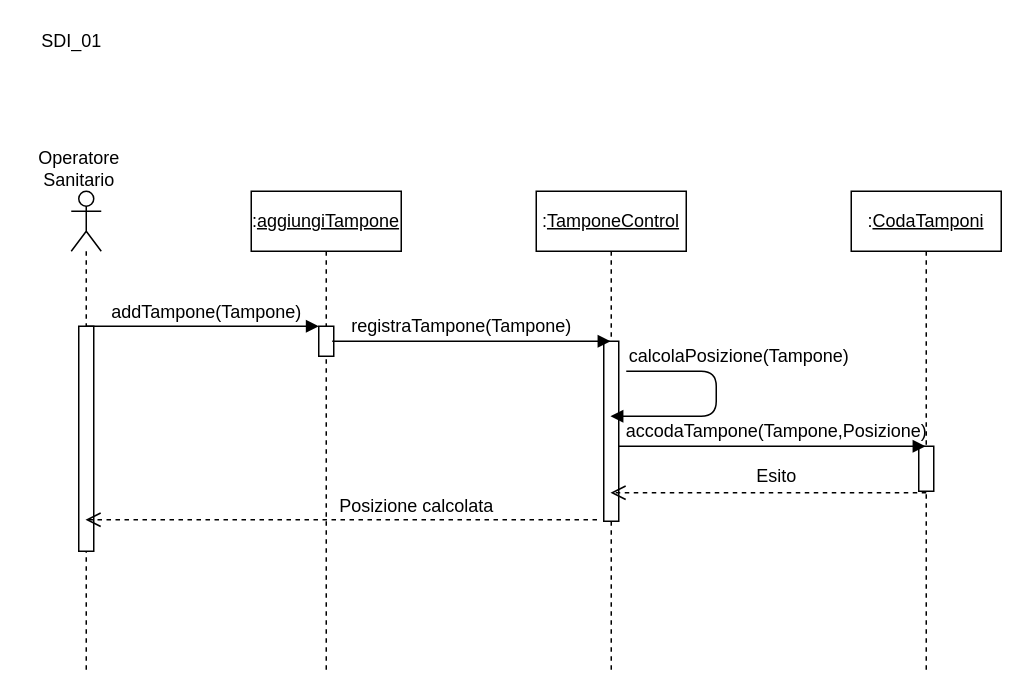
Above: page "UCI_01 Sequence" (3 of 8) of Diagrammi/Sequence Diagram.drawio in lorycris99/Team-HILO (draw.io), before the change. Source tidied: cells renumbered, new cells numbered last; positions are measured from the earlier drawing's top-left corner, leaving out a move shared by most shapes. Both pictures are drawn from the tidied source at 150%, with x=0, y=0 at pixel (26, 26).
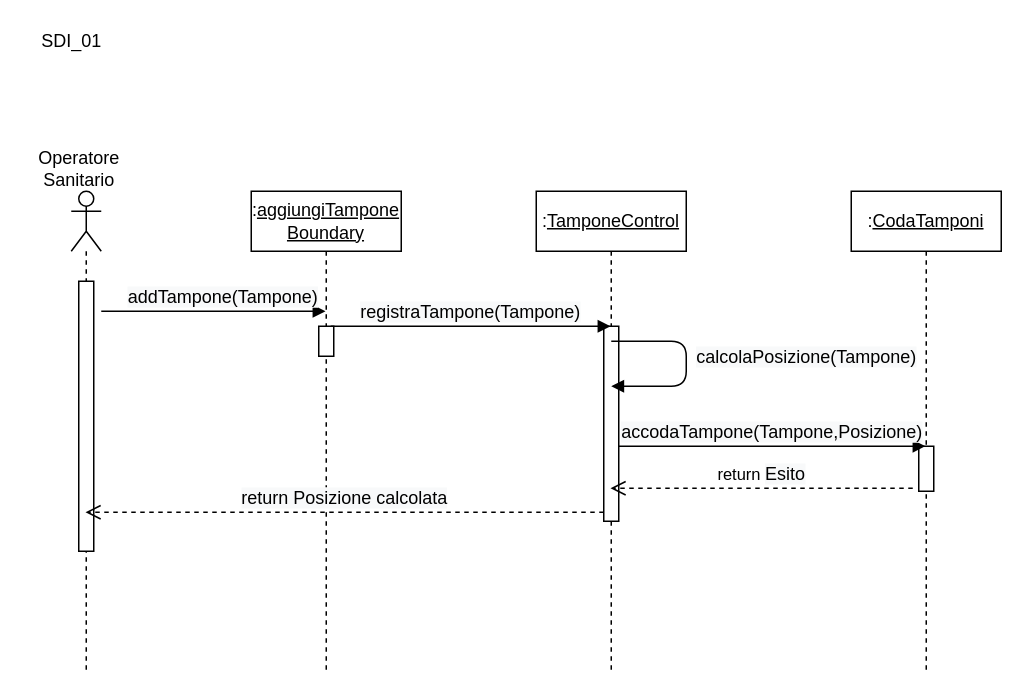
The same page after the edit.

The change refers to these unchanged cells:
```xml
<mxCell id="2" style="shape=umlLifeline;participant=umlActor;perimeter=lifelinePerimeter;whiteSpace=wrap;html=1;verticalAlign=top;spacingTop=36;outlineConnect=0;" parent="1" vertex="1">
  <mxGeometry x="30" y="110" width="20" height="320" as="geometry" />
</mxCell>
<mxCell id="5" style="html=1;points=[];perimeter=orthogonalPerimeter;" parent="4" vertex="1">
  <mxGeometry x="45" y="90" width="10" height="20" as="geometry" />
</mxCell>
<mxCell id="7" value=":&lt;u&gt;TamponeControl&lt;/u&gt;" style="shape=umlLifeline;perimeter=lifelinePerimeter;whiteSpace=wrap;html=1;outlineConnect=0;" parent="1" vertex="1">
  <mxGeometry x="340" y="110" width="100" height="320" as="geometry" />
</mxCell>
<mxCell id="9" value=":&lt;u&gt;CodaTamponi&lt;/u&gt;" style="shape=umlLifeline;perimeter=lifelinePerimeter;whiteSpace=wrap;html=1;outlineConnect=0;" parent="1" vertex="1">
  <mxGeometry x="550" y="110" width="100" height="320" as="geometry" />
</mxCell>
<mxCell id="10" style="html=1;points=[];perimeter=orthogonalPerimeter;" parent="9" vertex="1">
  <mxGeometry x="45" y="170" width="10" height="30" as="geometry" />
</mxCell>
```

What changed in the source:
```diff
@@
     <mxCell id="3" style="html=1;perimeter=orthogonalPerimeter;" parent="2" vertex="1">
-      <mxGeometry x="5" y="90" width="10" height="150" as="geometry" />
+      <mxGeometry x="5" y="60" width="10" height="180" as="geometry" />
     </mxCell>
-    <mxCell id="4" value=":&lt;u&gt;aggiungiTampone&lt;/u&gt;" style="shape=umlLifeline;perimeter=lifelinePerimeter;whiteSpace=wrap;html=1;outlineConnect=0;" parent="1" vertex="1">
+    <mxCell id="4" value=":&lt;u&gt;aggiungiTampone&lt;br&gt;Boundary&lt;br&gt;&lt;/u&gt;" style="shape=umlLifeline;perimeter=lifelinePerimeter;whiteSpace=wrap;html=1;outlineConnect=0;" parent="1" vertex="1">
       <mxGeometry x="150" y="110" width="100" height="320" as="geometry" />
     </mxCell>
@@
     <mxCell id="8" style="html=1;points=[];perimeter=orthogonalPerimeter;" parent="7" vertex="1">
-      <mxGeometry x="45" y="100" width="10" height="120" as="geometry" />
+      <mxGeometry x="45" y="90" width="10" height="130" as="geometry" />
     </mxCell>
@@
-    <mxCell id="11" style="html=1;verticalAlign=bottom;endArrow=open;dashed=1;endSize=8;shadow=0;" parent="1" edge="1">
-      <mxGeometry x="-0.25" y="-30" relative="1" as="geometry">
-        <mxPoint x="600" y="311" as="sourcePoint" />
-        <mxPoint x="389.5" y="311" as="targetPoint" />
-      </mxGeometry>
-    </mxCell>
@@
-    <mxCell id="13" style="html=1;verticalAlign=bottom;endArrow=block;shadow=0;" parent="1" edge="1" target="5">
-      <mxGeometry relative="1" as="geometry">
-        <mxPoint x="40" y="200" as="sourcePoint" />
-      </mxGeometry>
-    </mxCell>
+    <mxCell id="24" value="SDI_01" style="text;html=1;align=center;verticalAlign=middle;" parent="1" vertex="1">
+      <mxGeometry width="60" height="20" as="geometry" />
+    </mxCell>
+    <mxCell id="20" value="&lt;span style=&quot;font-size: 12px ; background-color: rgb(248 , 249 , 250)&quot;&gt;accodaTampone(Tampone,Posizione)&lt;/span&gt;" style="html=1;verticalAlign=bottom;endArrow=block;exitX=1;exitY=0.615;exitDx=0;exitDy=0;exitPerimeter=0;" parent="1" edge="1" source="8" target="9">
+      <mxGeometry relative="1" as="geometry" />
+    </mxCell>
+    <mxCell id="18" value="&lt;span style=&quot;font-size: 12px ; background-color: rgb(248 , 249 , 250)&quot;&gt;calcolaPosizione(Tampone)&lt;/span&gt;" style="html=1;verticalAlign=bottom;endArrow=block;" parent="1" edge="1">
+      <mxGeometry x="0.08" y="80" relative="1" as="geometry">
+        <mxPoint x="390" y="210" as="sourcePoint" />
+        <mxPoint x="390" y="240" as="targetPoint" />
+        <Array as="points">
+          <mxPoint x="440" y="210" />
+          <mxPoint x="440" y="240" />
+        </Array>
+      </mxGeometry>
+    </mxCell>
+    <mxCell id="16" value="&lt;span style=&quot;font-size: 12px ; background-color: rgb(248 , 249 , 250)&quot;&gt;registraTampone(Tampone)&lt;/span&gt;" style="html=1;verticalAlign=bottom;endArrow=block;exitX=0.8;exitY=0;exitDx=0;exitDy=0;exitPerimeter=0;" parent="1" edge="1" source="5" target="7">
+      <mxGeometry relative="1" as="geometry" />
+    </mxCell>
-    <mxCell id="14" value="addTampone(Tampone)" style="text;html=1;align=center;verticalAlign=middle;" parent="1" vertex="1">
-      <mxGeometry x="50" y="181" width="140" height="20" as="geometry" />
+    <mxCell id="14" value="&lt;span style=&quot;font-size: 12px ; background-color: rgb(248 , 249 , 250)&quot;&gt;addTampone(Tampone)&lt;/span&gt;" style="html=1;verticalAlign=bottom;endArrow=block;" parent="1" edge="1" target="4">
+      <mxGeometry x="0.08" relative="1" as="geometry">
+        <mxPoint x="50" y="190" as="sourcePoint" />
+      </mxGeometry>
     </mxCell>
-    <mxCell id="15" style="html=1;verticalAlign=bottom;endArrow=block;shadow=0;" parent="1" edge="1" target="7">
-      <mxGeometry relative="1" as="geometry">
-        <mxPoint x="204" y="210" as="sourcePoint" />
-      </mxGeometry>
-    </mxCell>
-    <mxCell id="16" value="registraTampone(Tampone)" style="text;html=1;align=center;verticalAlign=middle;" parent="1" vertex="1">
-      <mxGeometry x="210" y="190" width="160" height="20" as="geometry" />
-    </mxCell>
-    <mxCell id="17" style="html=1;verticalAlign=bottom;endArrow=block;shadow=0;" parent="1" edge="1" target="7">
-      <mxGeometry relative="1" as="geometry">
-        <mxPoint x="400" y="230" as="sourcePoint" />
-        <Array as="points">
-          <mxPoint x="460" y="230" />
-          <mxPoint x="460" y="260" />
-        </Array>
-      </mxGeometry>
-    </mxCell>
-    <mxCell id="18" value="calcolaPosizione(Tampone)" style="text;html=1;align=center;verticalAlign=middle;" parent="1" vertex="1">
-      <mxGeometry x="395" y="210" width="160" height="20" as="geometry" />
-    </mxCell>
-    <mxCell id="19" style="html=1;verticalAlign=bottom;endArrow=block;shadow=0;" parent="1" edge="1" target="9">
-      <mxGeometry relative="1" as="geometry">
-        <mxPoint x="395" y="280" as="sourcePoint" />
-      </mxGeometry>
-    </mxCell>
-    <mxCell id="20" value="accodaTampone(Tampone,Posizione)" style="text;html=1;align=center;verticalAlign=middle;" parent="1" vertex="1">
-      <mxGeometry x="390" y="260" width="220" height="20" as="geometry" />
-    </mxCell>
-    <mxCell id="21" value="Esito" style="text;html=1;align=center;verticalAlign=middle;" parent="1" vertex="1">
-      <mxGeometry x="480" y="290" width="40" height="20" as="geometry" />
-    </mxCell>
-    <mxCell id="22" style="html=1;verticalAlign=bottom;endArrow=open;dashed=1;endSize=8;shadow=0;" parent="1" edge="1" target="2">
-      <mxGeometry x="-0.25" y="-30" relative="1" as="geometry">
-        <mxPoint x="380.5" y="329" as="sourcePoint" />
-      </mxGeometry>
-    </mxCell>
-    <mxCell id="23" value="Posizione calcolata" style="text;html=1;align=center;verticalAlign=middle;" parent="1" vertex="1">
-      <mxGeometry x="200" y="310" width="120" height="20" as="geometry" />
-    </mxCell>
-    <mxCell id="24" value="SDI_01" style="text;html=1;align=center;verticalAlign=middle;" parent="1" vertex="1">
-      <mxGeometry width="60" height="20" as="geometry" />
-    </mxCell>
+    <mxCell id="25" value="&lt;span style=&quot;font-size: 12px ; background-color: rgb(248 , 249 , 250)&quot;&gt;return Posizione calcolata&lt;/span&gt;" style="html=1;verticalAlign=bottom;endArrow=open;dashed=1;endSize=8;exitX=0;exitY=0.954;exitDx=0;exitDy=0;exitPerimeter=0;" parent="1" edge="1" source="8" target="2">
+      <mxGeometry relative="1" as="geometry" />
+    </mxCell>
+    <mxCell id="26" value="return&amp;nbsp;&lt;span style=&quot;font-size: 12px ; background-color: rgb(248 , 249 , 250)&quot;&gt;Esito&lt;/span&gt;" style="html=1;verticalAlign=bottom;endArrow=open;dashed=1;endSize=8;exitX=-0.4;exitY=0.933;exitDx=0;exitDy=0;exitPerimeter=0;" parent="1" edge="1" source="10" target="7">
+      <mxGeometry relative="1" as="geometry" />
+    </mxCell>
```
